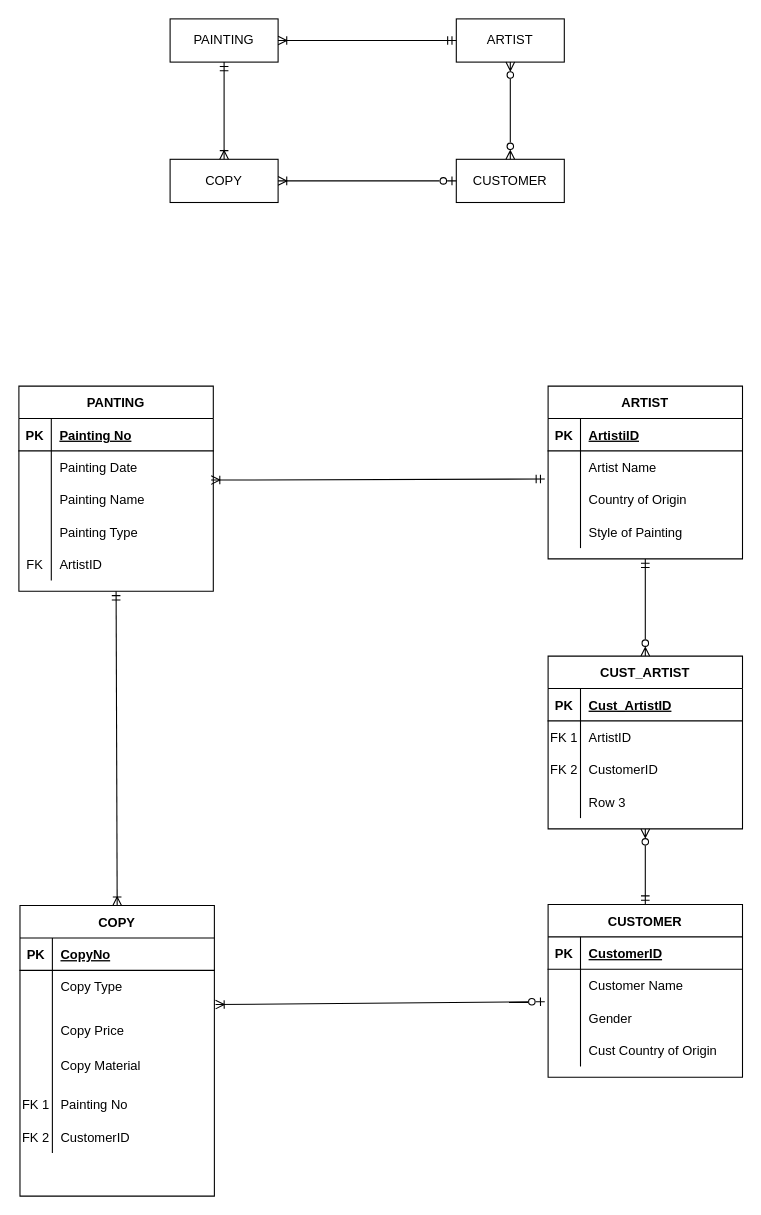
Earlier version of the draw.io diagram Assignment 2.drawio (bornofdata/SQL). Source tidied: cells renumbered, new cells numbered last; positions are measured from the earlier drawing's top-left corner, leaving out a move shared by most shapes. Both pictures are drawn from the tidied source at 108%, with x=0, y=0 at pixel (18, 18).
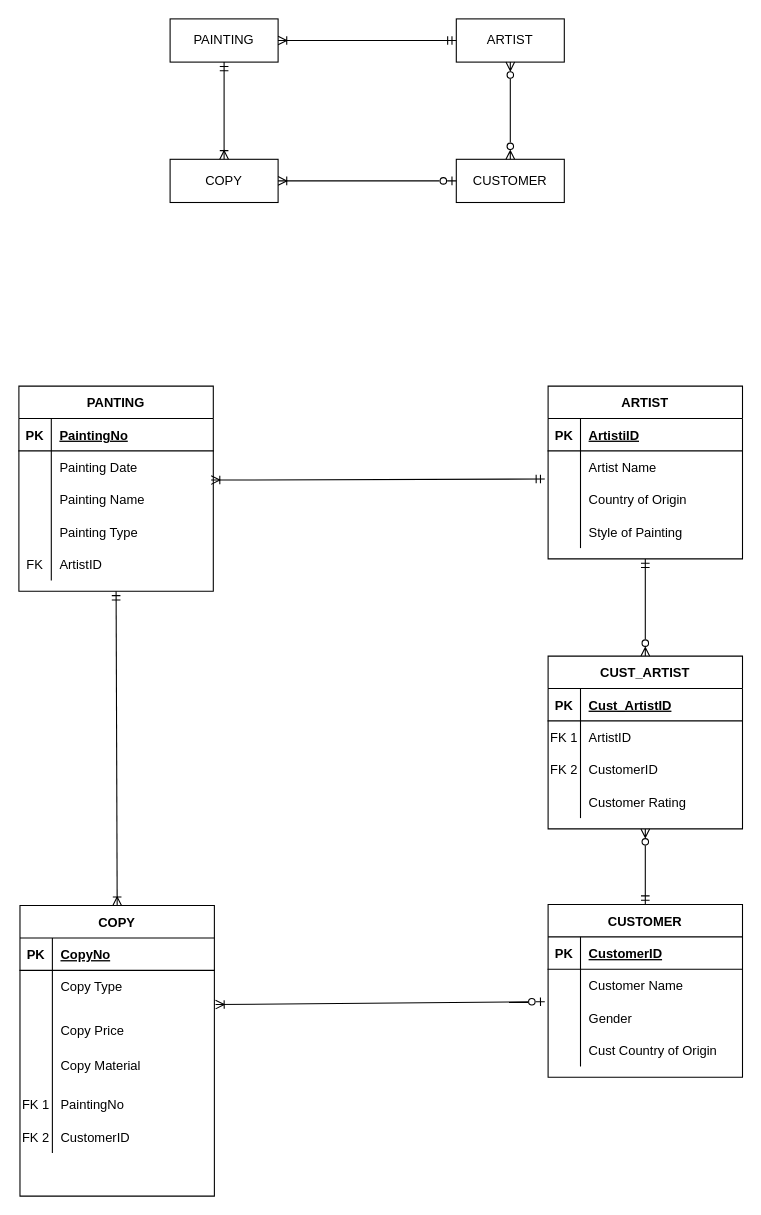
The same page after the edit.

Commit message:
Added Customer rating field

Unchanged cells that the change refers to:
```xml
<mxCell id="3" style="shape=tableRow;horizontal=0;startSize=0;swimlaneHead=0;swimlaneBody=0;fillColor=none;top=0;left=0;right=0;bottom=1;" parent="2" vertex="1">
  <mxGeometry y="30" width="180" height="30" as="geometry" />
</mxCell>
<mxCell id="52" style="shape=tableRow;horizontal=0;startSize=0;swimlaneHead=0;swimlaneBody=0;fillColor=none;top=0;left=0;right=0;bottom=0;" parent="39" vertex="1">
  <mxGeometry y="169" width="180" height="30" as="geometry" />
</mxCell>
<mxCell id="84" style="shape=tableRow;horizontal=0;startSize=0;swimlaneHead=0;swimlaneBody=0;fillColor=none;top=0;left=0;right=0;bottom=0;" parent="74" vertex="1">
  <mxGeometry y="120" width="180" height="30" as="geometry" />
</mxCell>
```

The edit, as a diff of the source:
```diff
@@
-    <mxCell id="5" value="Painting No" style="shape=partialRectangle;fillColor=none;top=0;left=0;bottom=0;right=0;align=left;spacingLeft=6;fontStyle=5;overflow=hidden;" parent="3" vertex="1">
+    <mxCell id="5" value="PaintingNo" style="shape=partialRectangle;fillColor=none;top=0;left=0;bottom=0;right=0;align=left;spacingLeft=6;fontStyle=5;overflow=hidden;" parent="3" vertex="1">
       <mxGeometry x="30" width="150" height="30" as="geometry" />
     </mxCell>
@@
-    <mxCell id="54" value="Painting No" style="shape=partialRectangle;fillColor=none;top=0;left=0;bottom=0;right=0;align=left;spacingLeft=6;overflow=hidden;" parent="52" vertex="1">
+    <mxCell id="54" value="PaintingNo" style="shape=partialRectangle;fillColor=none;top=0;left=0;bottom=0;right=0;align=left;spacingLeft=6;overflow=hidden;" parent="52" vertex="1">
       <mxGeometry x="30" width="150" height="30" as="geometry" />
     </mxCell>
@@
-    <mxCell id="86" value="Row 3" style="shape=partialRectangle;fillColor=none;top=0;left=0;bottom=0;right=0;align=left;spacingLeft=6;overflow=hidden;" parent="84" vertex="1">
+    <mxCell id="86" value="Customer Rating" style="shape=partialRectangle;fillColor=none;top=0;left=0;bottom=0;right=0;align=left;spacingLeft=6;overflow=hidden;" parent="84" vertex="1">
       <mxGeometry x="30" width="150" height="30" as="geometry" />
     </mxCell>
```
